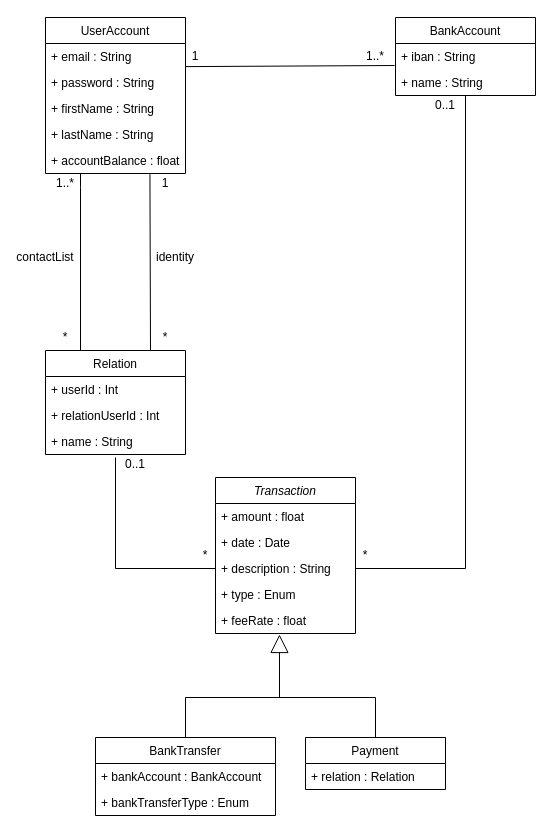
The draw.io diagram page "diagramme_de_classes" (2 of 2) of PayMyBuddy_UML_diagrams.drawio in xhxcx/PayMyBuddy, before the edit. Source tidied: cells renumbered, new cells numbered last; positions are measured from the earlier drawing's top-left corner, leaving out a move shared by most shapes. Both pictures are drawn from the tidied source at 100%, with x=0, y=0 at pixel (25, 17).
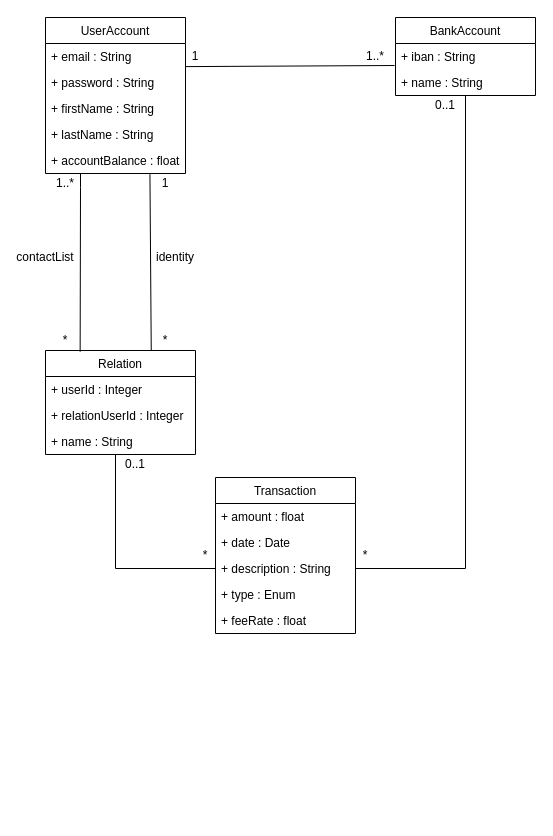
Above is the later version.

Unchanged cells that the change refers to:
```xml
<mxCell id="2" value="UserAccount" style="swimlane;fontStyle=0;horizontal=1;startSize=26;fillColor=none;" parent="1" vertex="1">
  <mxGeometry x="20" width="140" height="156" as="geometry" />
</mxCell>
<mxCell id="7" value="+ accountBalance : float" style="text;strokeColor=none;fillColor=none;align=left;verticalAlign=top;spacingLeft=4;spacingRight=4;overflow=hidden;points=[[0,0.5],[1,0.5]];portConstraint=eastwest;" parent="2" vertex="1">
  <mxGeometry y="130" width="140" height="26" as="geometry" />
</mxCell>
<mxCell id="15" value="+ description : String" style="text;strokeColor=none;fillColor=none;align=left;verticalAlign=top;spacingLeft=4;spacingRight=4;overflow=hidden;points=[[0,0.5],[1,0.5]];portConstraint=eastwest;" parent="12" vertex="1">
  <mxGeometry y="78" width="140" height="26" as="geometry" />
</mxCell>
<mxCell id="17" value="+ feeRate : float" style="text;strokeColor=none;fillColor=none;align=left;verticalAlign=top;spacingLeft=4;spacingRight=4;overflow=hidden;points=[[0,0.5],[1,0.5]];portConstraint=eastwest;" parent="12" vertex="1">
  <mxGeometry y="130" width="140" height="26" as="geometry" />
</mxCell>
```

The edit, as a diff of the source:
```diff
@@
-    <mxCell id="12" value="Transaction" style="swimlane;fontStyle=2;horizontal=1;startSize=26;fillColor=none;" parent="1" vertex="1">
+    <mxCell id="12" value="Transaction" style="swimlane;fontStyle=0;horizontal=1;startSize=26;fillColor=none;" parent="1" vertex="1">
       <mxGeometry x="190" y="460" width="140" height="156" as="geometry" />
     </mxCell>
@@
     <mxCell id="18" value="Relation" style="swimlane;fontStyle=0;horizontal=1;startSize=26;fillColor=none;" parent="1" vertex="1">
-      <mxGeometry x="20" y="333" width="140" height="104" as="geometry" />
+      <mxGeometry x="20" y="333" width="150" height="104" as="geometry" />
     </mxCell>
-    <mxCell id="19" value="+ userId : Int" style="text;strokeColor=none;fillColor=none;align=left;verticalAlign=top;spacingLeft=4;spacingRight=4;overflow=hidden;" parent="18" vertex="1">
-      <mxGeometry y="26" width="140" height="26" as="geometry" />
+    <mxCell id="19" value="+ userId : Integer" style="text;strokeColor=none;fillColor=none;align=left;verticalAlign=top;spacingLeft=4;spacingRight=4;overflow=hidden;" parent="18" vertex="1">
+      <mxGeometry y="26" width="150" height="26" as="geometry" />
     </mxCell>
-    <mxCell id="20" value="+ relationUserId : Int" style="text;strokeColor=none;fillColor=none;align=left;verticalAlign=top;spacingLeft=4;spacingRight=4;overflow=hidden;" parent="18" vertex="1">
-      <mxGeometry y="52" width="140" height="26" as="geometry" />
+    <mxCell id="20" value="+ relationUserId : Integer" style="text;strokeColor=none;fillColor=none;align=left;verticalAlign=top;spacingLeft=4;spacingRight=4;overflow=hidden;" parent="18" vertex="1">
+      <mxGeometry y="52" width="150" height="26" as="geometry" />
     </mxCell>
     <mxCell id="21" value="+ name : String" style="text;strokeColor=none;fillColor=none;align=left;verticalAlign=top;spacingLeft=4;spacingRight=4;overflow=hidden;points=[[0,0.5],[1,0.5]];portConstraint=eastwest;" parent="18" vertex="1">
-      <mxGeometry y="78" width="140" height="26" as="geometry" />
+      <mxGeometry y="78" width="150" height="26" as="geometry" />
     </mxCell>
-    <mxCell id="22" style="endArrow=none;html=1;rounded=0;entryX=0.25;entryY=0;entryDx=0;entryDy=0;exitX=0.25;exitY=1;exitDx=0;exitDy=0;" parent="1" edge="1" source="2" target="18">
+    <mxCell id="22" style="endArrow=none;html=1;rounded=0;entryX=0.231;entryY=0.012;entryDx=0;entryDy=0;exitX=0.25;exitY=1;exitDx=0;exitDy=0;entryPerimeter=0;" parent="1" edge="1" source="2" target="18">
       <mxGeometry relative="1" as="geometry">
         <Array as="points">
           <mxPoint x="55" y="170" />
         </Array>
       </mxGeometry>
     </mxCell>
@@
     <mxCell id="24" value="*" style="text;html=1;strokeColor=none;fillColor=none;align=center;verticalAlign=middle;whiteSpace=wrap;rounded=0;" parent="1" vertex="1">
-      <mxGeometry x="20" y="310" width="40" height="20" as="geometry" />
+      <mxGeometry x="20" y="313" width="40" height="20" as="geometry" />
     </mxCell>
@@
-    <mxCell id="27" style="endArrow=none;html=1;rounded=0;entryX=0.75;entryY=0;entryDx=0;entryDy=0;exitX=0.746;exitY=1.026;exitDx=0;exitDy=0;exitPerimeter=0;" parent="1" edge="1" source="7" target="18">
+    <mxCell id="27" style="endArrow=none;html=1;rounded=0;exitX=0.746;exitY=1.026;exitDx=0;exitDy=0;exitPerimeter=0;entryX=0.705;entryY=0.003;entryDx=0;entryDy=0;entryPerimeter=0;" parent="1" edge="1" source="7" target="18">
       <mxGeometry relative="1" as="geometry" />
     </mxCell>
@@
     <mxCell id="29" value="*" style="text;html=1;strokeColor=none;fillColor=none;align=center;verticalAlign=middle;whiteSpace=wrap;rounded=0;" parent="1" vertex="1">
-      <mxGeometry x="120" y="310" width="40" height="20" as="geometry" />
+      <mxGeometry x="120" y="313" width="40" height="20" as="geometry" />
     </mxCell>
-    <mxCell id="30" value="BankTransfer" style="swimlane;fontStyle=0;horizontal=1;startSize=26;fillColor=none;" parent="1" vertex="1">
-      <mxGeometry x="70" y="720" width="180" height="78" as="geometry" />
-    </mxCell>
-    <mxCell id="31" value="+ bankAccount : BankAccount" style="text;strokeColor=none;fillColor=none;align=left;verticalAlign=top;spacingLeft=4;spacingRight=4;overflow=hidden;" parent="30" vertex="1">
-      <mxGeometry y="26" width="180" height="26" as="geometry" />
-    </mxCell>
-    <mxCell id="32" value="+ bankTransferType : Enum" style="text;strokeColor=none;fillColor=none;align=left;verticalAlign=top;spacingLeft=4;spacingRight=4;overflow=hidden;" parent="30" vertex="1">
-      <mxGeometry y="52" width="180" height="26" as="geometry" />
-    </mxCell>
-    <mxCell id="33" style="edgeStyle=orthogonalEdgeStyle;rounded=0;jettySize=auto;html=1;exitX=0.5;exitY=0;exitDx=0;exitDy=0;endArrow=none;endFill=0;" parent="1" edge="1" source="34">
-      <mxGeometry relative="1" as="geometry">
-        <mxPoint x="250" y="680" as="targetPoint" />
-        <Array as="points">
-          <mxPoint x="350" y="680" />
-        </Array>
-      </mxGeometry>
-    </mxCell>
-    <mxCell id="34" value="Payment" style="swimlane;fontStyle=0;horizontal=1;startSize=26;fillColor=none;" parent="1" vertex="1">
-      <mxGeometry x="280" y="720" width="140" height="52" as="geometry" />
-    </mxCell>
-    <mxCell id="35" value="+ relation : Relation" style="text;strokeColor=none;fillColor=none;align=left;verticalAlign=top;spacingLeft=4;spacingRight=4;overflow=hidden;" parent="34" vertex="1">
-      <mxGeometry y="26" width="140" height="26" as="geometry" />
-    </mxCell>
-    <mxCell id="36" style="endArrow=block;endSize=16;endFill=0;html=1;exitX=0.5;exitY=0;exitDx=0;exitDy=0;entryX=0.457;entryY=1.038;entryDx=0;entryDy=0;entryPerimeter=0;edgeStyle=orthogonalEdgeStyle;rounded=0;" parent="1" edge="1" source="30" target="17">
-      <mxGeometry relative="1" as="geometry">
-        <Array as="points">
-          <mxPoint x="160" y="680" />
-          <mxPoint x="254" y="680" />
-        </Array>
-      </mxGeometry>
-    </mxCell>
-    <mxCell id="37" style="edgeStyle=orthogonalEdgeStyle;rounded=0;jettySize=auto;html=1;exitX=0;exitY=0.5;exitDx=0;exitDy=0;endArrow=none;endFill=0;entryX=0.5;entryY=1.115;entryDx=0;entryDy=0;entryPerimeter=0;" parent="1" edge="1" source="15" target="21">
+    <mxCell id="37" style="edgeStyle=orthogonalEdgeStyle;rounded=0;jettySize=auto;html=1;exitX=0;exitY=0.5;exitDx=0;exitDy=0;endArrow=none;endFill=0;" parent="1" edge="1" source="15" target="21">
       <mxGeometry relative="1" as="geometry">
         <Array as="points">
           <mxPoint x="90" y="551" />
         </Array>
       </mxGeometry>
     </mxCell>
```
